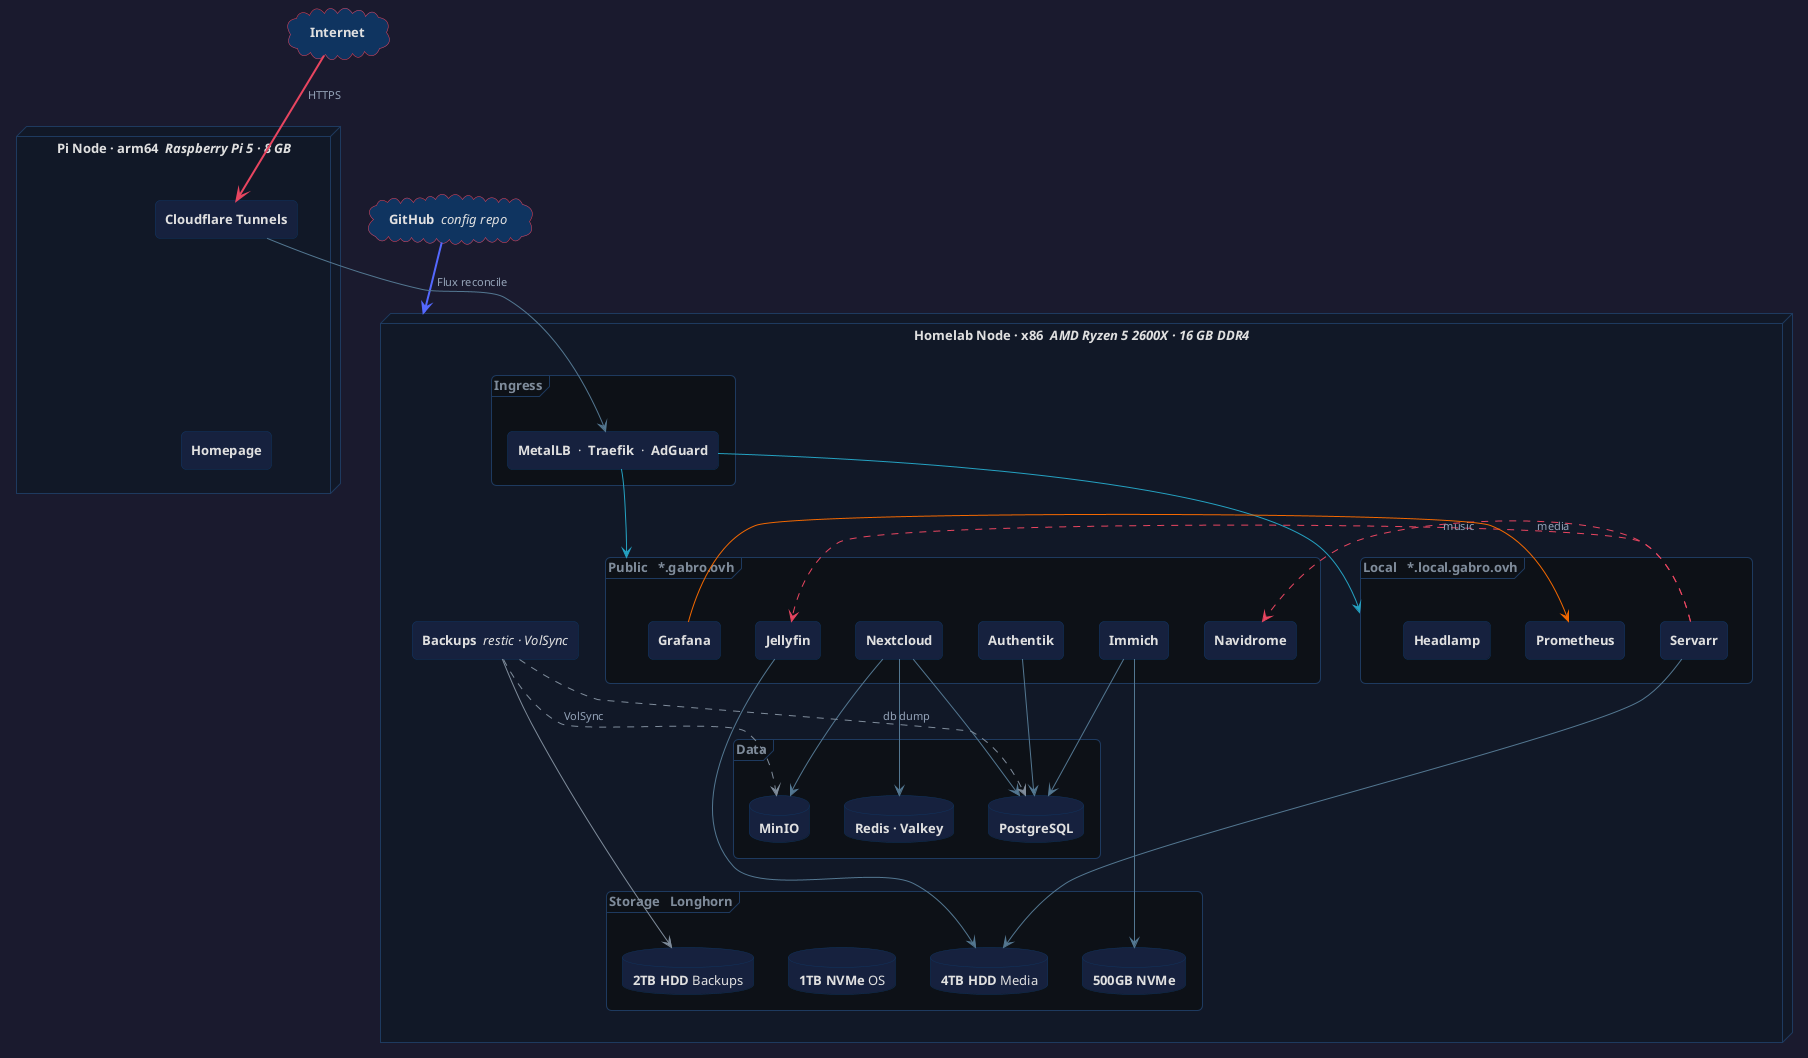
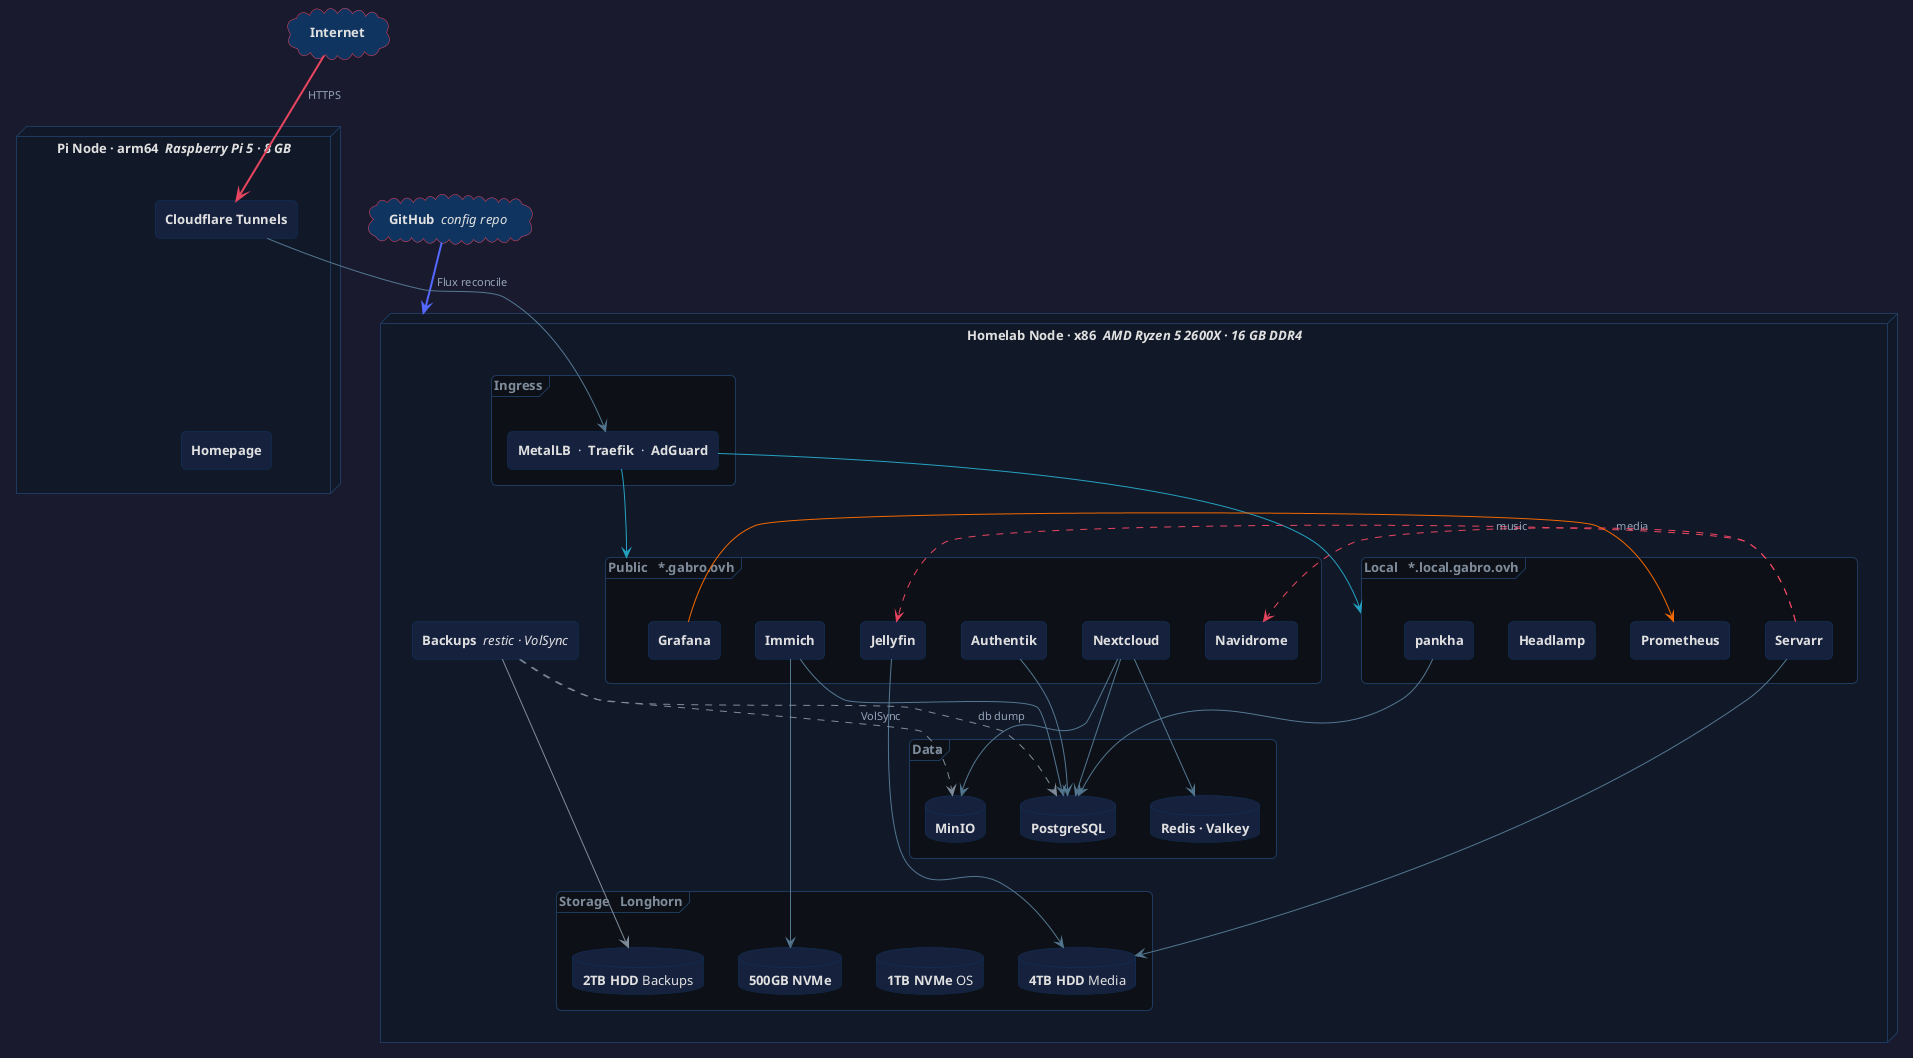
@startuml cluster-schema-dark

skinparam backgroundColor #1a1a2e
skinparam defaultFontColor #e0e0e0
skinparam defaultFontName "Segoe UI"
skinparam defaultFontSize 13
skinparam shadowing false
skinparam roundCorner 10

skinparam rectangle {
  backgroundColor #16213e
  borderColor #0f3460
  fontColor #e0e0e0
}
skinparam database {
  backgroundColor #16213e
  borderColor #0f3460
  fontColor #e0e0e0
}
skinparam cloud {
  backgroundColor #0f3460
  borderColor #e94560
  fontColor #e0e0e0
}
skinparam node {
  backgroundColor #111827
  borderColor #1e3a5f
  fontColor #e0e0e0
}
skinparam frame {
  backgroundColor #0d1117
  borderColor #1e3a5f
  fontColor #7f8c9b
}
skinparam arrow {
  color #537791
  fontColor #94a3b8
  fontSize 11
}

cloud "  **Internet**  " as inet
cloud "  **GitHub**  //config repo//  " as gh

node "  **Pi Node** · arm64  //Raspberry Pi 5 · 8 GB//  " as pinode {
  rectangle "**Cloudflare Tunnels**" as cf
  rectangle "**Homepage**" as hp
}

node "  **Homelab Node** · x86  //AMD Ryzen 5 2600X · 16 GB DDR4//  " as x86 {

  frame "Ingress" {
    rectangle "**MetalLB**  ·  **Traefik**  ·  **AdGuard**" as netstack
  }

  frame "Public   *.gabro.ovh" as pubframe {
    rectangle "**Jellyfin**" as jf
    rectangle "**Nextcloud**" as nc
    rectangle "**Immich**" as im
    rectangle "**Navidrome**" as nv
    rectangle "**Authentik**" as auth
    rectangle "**Grafana**" as graf
  }

  frame "Local   *.local.gabro.ovh" as privframe {
    rectangle "**Servarr**" as sarr
    rectangle "**Prometheus**" as prom
    rectangle "**Headlamp**" as hl
+     rectangle "**pankha**" as pk
  }

  frame "Data" {
    database "**PostgreSQL**" as pg
    database "**Redis · Valkey**" as rd
    database "**MinIO**" as s3
  }

  frame "Storage   Longhorn" {
    database "**1TB NVMe** OS" as d1
    database "**500GB NVMe**" as d2
    database "**4TB HDD** Media" as d3
    database "**2TB HDD** Backups" as d4
  }

  rectangle "**Backups**  //restic · VolSync//" as bkp
}

' ─── Ordering ───
inet -[hidden]right-> gh
cf -[hidden]down-> hp
netstack -[hidden]down-> pubframe
nc -[hidden]down-> sarr
sarr -[hidden]down-> pg
pg -[hidden]down-> d1
pinode -[hidden]down-> x86

' ─── Connections ───
inet -[#e94560,bold]down-> cf : " HTTPS"
gh -[#5468FF,bold]down-> x86 : " Flux reconcile"
cf -[#537791]down-> netstack
netstack -[#24A1C1]down-> pubframe
netstack -[#24A1C1]down-> privframe

sarr .[#e94560].> jf : " media"
sarr .[#e94560].> nv : " music"
graf -[#F46800]-> prom

nc -[#537791]down-> pg
nc -[#537791]down-> rd
nc -[#537791]down-> s3
im -[#537791]down-> pg
im -[#537791]down-> d2
auth -[#537791]down-> pg
+ pk -[#537791]down-> pg

jf -[#537791]down-> d3
sarr -[#537791]down-> d3
bkp -[#7f8c9b]-> d4
bkp .[#7f8c9b].> pg : " db dump"
bkp .[#7f8c9b].> s3 : " VolSync"

@enduml
